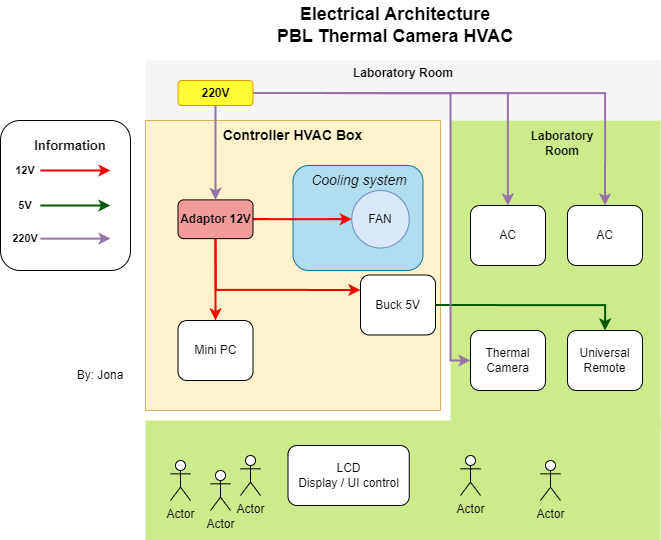
robotjaol/thermal_cam_HVAC keeps this draw.io diagram as doc/img/electrical_architecture.png. Above is the earlier version. Source tidied: cells renumbered, new cells last; positions are measured from the earlier drawing's top-left corner, leaving out a move shared by most shapes.
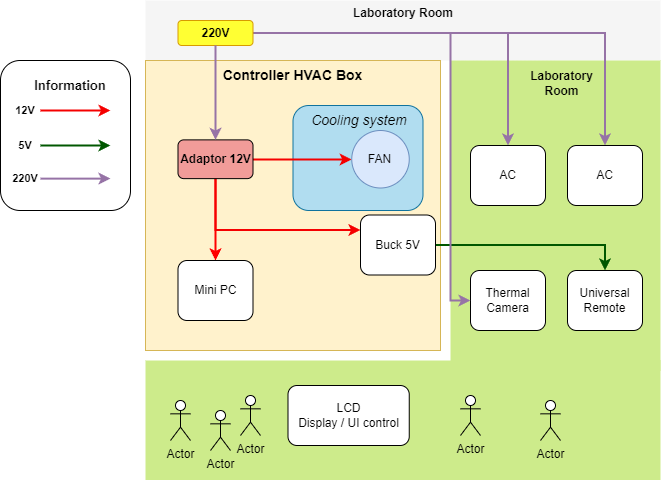
After the change.

The edit, as a diff of the source:
```diff
@@ -5,9 +5,6 @@
     <mxCell id="2" style="rounded=0;whiteSpace=wrap;html=1;fillColor=#f5f5f5;fontColor=#333333;strokeColor=none;" parent="1" vertex="1">
       <mxGeometry x="145" y="60" width="515" height="60" as="geometry" />
     </mxCell>
-    <mxCell id="3" value="&lt;div&gt;&lt;span style=&quot;font-size: 18px;&quot;&gt;&lt;b&gt;Electrical Architecture&lt;/b&gt;&lt;/span&gt;&lt;/div&gt;&lt;b&gt;&lt;font style=&quot;font-size: 18px;&quot;&gt;PBL Thermal Camera HVAC&lt;/font&gt;&lt;/b&gt;" style="text;html=1;align=center;verticalAlign=middle;whiteSpace=wrap;rounded=0;" parent="1" vertex="1">
-      <mxGeometry x="270" width="250" height="50" as="geometry" />
-    </mxCell>
     <mxCell id="4" style="group;" parent="1" vertex="1">
       <mxGeometry y="120" width="660" height="420" as="geometry" />
     </mxCell>
@@ -92,9 +89,6 @@
     <mxCell id="29" value="Actor" style="shape=umlActor;verticalLabelPosition=bottom;verticalAlign=top;html=1;" parent="4" vertex="1">
       <mxGeometry x="540" y="340" width="20" height="40" as="geometry" />
     </mxCell>
-    <mxCell id="30" value="By: Jona" style="text;html=1;align=center;verticalAlign=middle;whiteSpace=wrap;rounded=0;" parent="4" vertex="1">
-      <mxGeometry x="70" y="240" width="60" height="30" as="geometry" />
-    </mxCell>
     <mxCell id="31" value="AC" style="rounded=1;whiteSpace=wrap;html=1;" parent="4" vertex="1">
       <mxGeometry x="567" y="85" width="75" height="60" as="geometry" />
     </mxCell>
```
